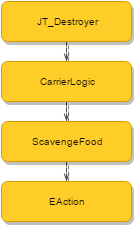
This is img/hierachy.png from hardboilr/AIAntKiller, a draw.io export, as it was before one commit. Source tidied: cells renumbered, new cells last; positions are measured from the earlier drawing's top-left corner, leaving out a move shared by most shapes.
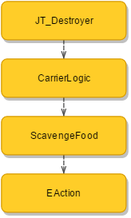
The same file after the commit.

What changed in the source:
```diff
@@ -2,19 +2,19 @@
   <root>
     <mxCell id="0" />
     <mxCell id="1" parent="0" />
-    <mxCell id="2" style="edgeStyle=orthogonalEdgeStyle;rounded=0;html=1;jettySize=auto;fontSize=10;strokeColor=#474747;shadow=1;dashed=1;endArrow=openThin;endFill=0;" parent="1" edge="1" source="3" target="5">
+    <mxCell id="2" style="edgeStyle=orthogonalEdgeStyle;rounded=0;html=1;jettySize=auto;fontSize=10;strokeColor=#474747;shadow=0;dashed=1;endArrow=openThin;endFill=0;" parent="1" edge="1" source="3" target="5">
       <mxGeometry relative="1" as="geometry" />
     </mxCell>
     <mxCell id="3" value="JT_Destroyer" style="whiteSpace=wrap;html=1;fontSize=10;plain-orange;rounded=1;glass=0;comic=0;shadow=1;gradientColor=none;" parent="1" vertex="1">
       <mxGeometry width="130" height="40" as="geometry" />
     </mxCell>
-    <mxCell id="4" style="edgeStyle=orthogonalEdgeStyle;rounded=0;html=1;jettySize=auto;fontSize=10;strokeColor=#474747;shadow=1;dashed=1;endArrow=openThin;endFill=0;" parent="1" edge="1" source="5" target="7">
+    <mxCell id="4" style="edgeStyle=orthogonalEdgeStyle;rounded=0;html=1;jettySize=auto;fontSize=10;strokeColor=#474747;shadow=0;dashed=1;endArrow=openThin;endFill=0;" parent="1" edge="1" source="5" target="7">
       <mxGeometry relative="1" as="geometry" />
     </mxCell>
     <mxCell id="5" value="CarrierLogic" style="whiteSpace=wrap;html=1;fontSize=10;plain-orange;rounded=1;glass=0;comic=0;shadow=1;gradientColor=none;" parent="1" vertex="1">
       <mxGeometry y="60" width="130" height="40" as="geometry" />
     </mxCell>
-    <mxCell id="6" style="edgeStyle=orthogonalEdgeStyle;rounded=0;html=1;jettySize=auto;fontSize=10;strokeColor=#474747;shadow=1;dashed=1;endArrow=openThin;endFill=0;" parent="1" edge="1" source="7" target="8">
+    <mxCell id="6" style="edgeStyle=orthogonalEdgeStyle;rounded=0;html=1;jettySize=auto;fontSize=10;strokeColor=#474747;shadow=0;dashed=1;endArrow=openThin;endFill=0;" parent="1" edge="1" source="7" target="8">
       <mxGeometry relative="1" as="geometry" />
     </mxCell>
     <mxCell id="7" value="ScavengeFood" style="whiteSpace=wrap;html=1;fontSize=10;plain-orange;rounded=1;glass=0;comic=0;shadow=1;gradientColor=none;" parent="1" vertex="1">
```
